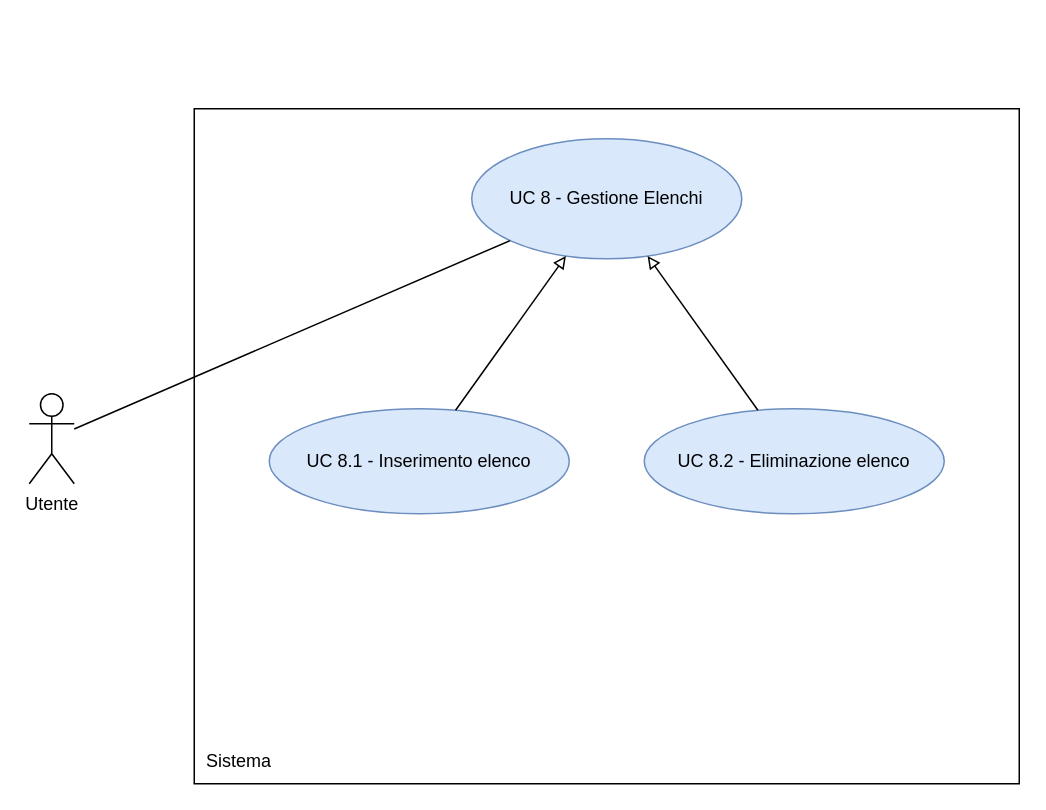
thebitless-group-swe/thebitless.github.io keeps this draw.io diagram as RTB/doc_esterna/analisi-dei-requisiti/assets/draw.io/UC8.drawio. Above is the earlier version. Source tidied: cells renumbered, new cells numbered last; positions are measured from the earlier drawing's top-left corner, leaving out a move shared by most shapes. Both pictures are drawn from the tidied source at 150%, with x=0, y=0 at pixel (28, 108).
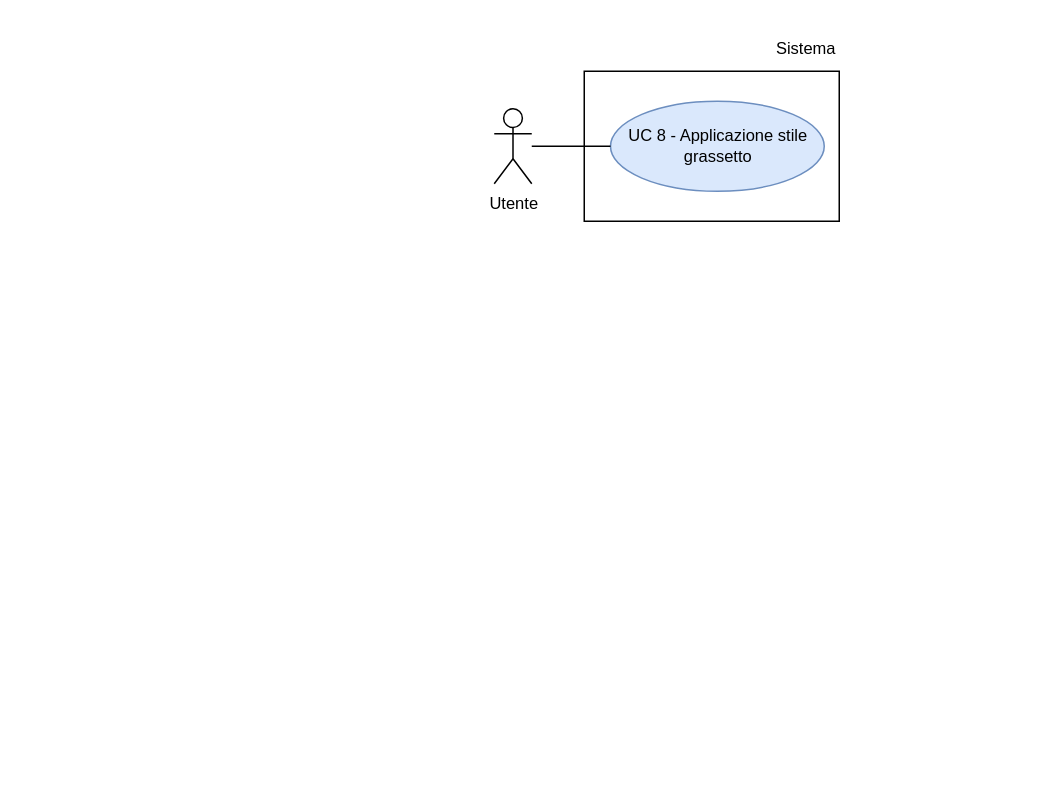
Above is the later version.

What changed in the source:
```diff
@@
 <mxGraphModel>
   <root>
     <mxCell id="0" />
     <mxCell id="1" parent="0" />
-    <mxCell id="2" value="Utente" style="shape=umlActor;verticalLabelPosition=bottom;verticalAlign=top;html=1;outlineConnect=0;" parent="1" vertex="1">
-      <mxGeometry y="190" width="30" height="60" as="geometry" />
+    <mxCell id="2" value="Utente" style="shape=umlActor;verticalLabelPosition=bottom;verticalAlign=top;html=1;outlineConnect=0;fontSize=11;" parent="1" vertex="1">
+      <mxGeometry x="310" width="25" height="50" as="geometry" />
     </mxCell>
-    <mxCell id="3" style="whiteSpace=wrap;html=1;" parent="1" vertex="1">
-      <mxGeometry x="110" width="550" height="450" as="geometry" />
-    </mxCell>
+    <mxCell id="11" style="rounded=0;whiteSpace=wrap;html=1;strokeWidth=1;" parent="1" vertex="1">
+      <mxGeometry x="370" y="-25" width="170" height="100" as="geometry" />
+    </mxCell>
-    <mxCell id="4" value="Sistema" style="text;html=1;whiteSpace=wrap;strokeColor=none;fillColor=none;align=center;verticalAlign=middle;rounded=0;" parent="1" vertex="1">
-      <mxGeometry x="110" y="420" width="60" height="30" as="geometry" />
+    <mxCell id="4" value="Sistema" style="text;html=1;whiteSpace=wrap;strokeColor=none;fillColor=none;align=right;verticalAlign=middle;fontSize=11;" parent="1" vertex="1">
+      <mxGeometry x="480" y="-55" width="60" height="30" as="geometry" />
     </mxCell>
-    <mxCell id="5" value="UC 8 - Gestione Elenchi" style="ellipse;whiteSpace=wrap;html=1;fillColor=#dae8fc;strokeColor=#6c8ebf;" parent="1" vertex="1">
-      <mxGeometry x="295" y="20" width="180" height="80" as="geometry" />
-    </mxCell>
-    <mxCell id="6" style="edgeStyle=none;rounded=0;jettySize=auto;html=1;endArrow=none;endFill=0;" parent="1" edge="1" source="2" target="5">
-      <mxGeometry relative="1" as="geometry" />
-    </mxCell>
-    <mxCell id="7" value="UC 8.1 - Inserimento elenco" style="ellipse;whiteSpace=wrap;html=1;fillColor=#dae8fc;strokeColor=#6c8ebf;" parent="1" vertex="1">
-      <mxGeometry x="160" y="200" width="200" height="70" as="geometry" />
-    </mxCell>
-    <mxCell id="8" style="edgeStyle=none;rounded=0;jettySize=auto;html=1;endArrow=block;endFill=0;" parent="1" edge="1" source="7" target="5">
-      <mxGeometry relative="1" as="geometry" />
-    </mxCell>
-    <mxCell id="9" value="UC 8.2 - Eliminazione elenco" style="ellipse;whiteSpace=wrap;html=1;fillColor=#dae8fc;strokeColor=#6c8ebf;" parent="1" vertex="1">
-      <mxGeometry x="410" y="200" width="200" height="70" as="geometry" />
-    </mxCell>
-    <mxCell id="10" style="edgeStyle=none;rounded=0;jettySize=auto;html=1;endArrow=block;endFill=0;" parent="1" edge="1" source="9" target="5">
-      <mxGeometry relative="1" as="geometry" />
-    </mxCell>
+    <mxCell id="12" value="UC 8 - Applicazione stile grassetto" style="ellipse;whiteSpace=wrap;html=1;fillColor=#dae8fc;strokeColor=#6c8ebf;fontSize=11;" parent="1" vertex="1">
+      <mxGeometry x="387.5" y="-5" width="142.5" height="60" as="geometry" />
+    </mxCell>
+    <mxCell id="13" style="edgeStyle=none;rounded=0;jettySize=auto;html=1;endArrow=none;endFill=0;" parent="1" edge="1" source="2" target="12">
+      <mxGeometry relative="1" as="geometry" />
+    </mxCell>
+    <mxCell id="14" style="edgeStyle=orthogonalEdgeStyle;rounded=0;orthogonalLoop=1;jettySize=auto;html=1;exitX=0.5;exitY=1;exitDx=0;exitDy=0;" parent="1" edge="1" source="4" target="4">
+      <mxGeometry relative="1" as="geometry" />
+    </mxCell>
   </root>
 </mxGraphModel>
```
